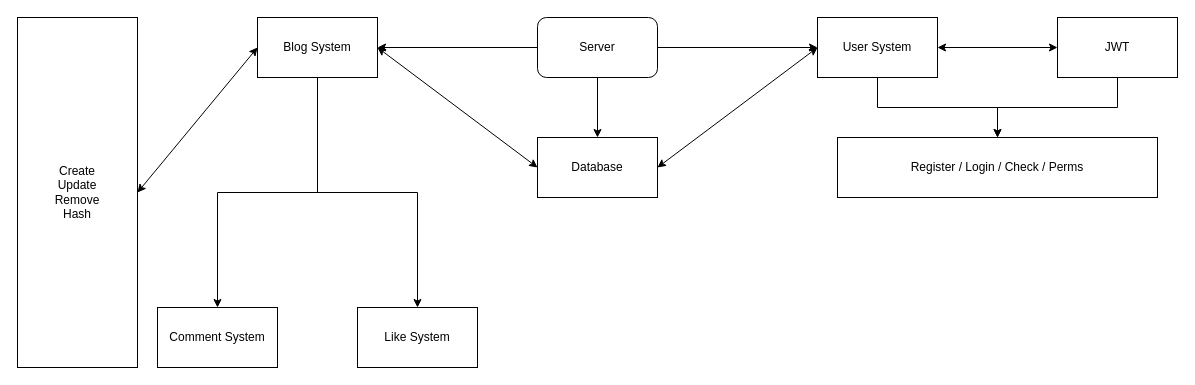
This is blogserversidediagram.drawio from elixxrades/valoranTR-server-side, a draw.io file, before an edit. Source tidied: cells renumbered, new cells numbered last; positions are measured from the earlier drawing's top-left corner, leaving out a move shared by most shapes. Both pictures are drawn from the tidied source at 100%, with x=0, y=0 at pixel (17, 17).
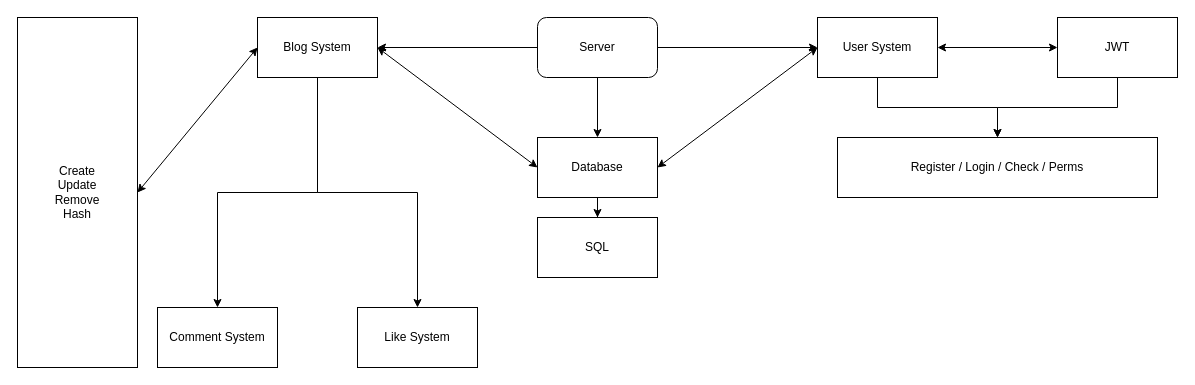
Above is the later version.

Unchanged cells that the change refers to:
```xml
<mxCell id="7" value="Database" style="whiteSpace=wrap;html=1;rounded=0;" parent="1" vertex="1">
  <mxGeometry x="520" y="120" width="120" height="60" as="geometry" />
</mxCell>
```

Diff of the diagram source:
```diff
@@
+    <mxCell id="22" style="edgeStyle=orthogonalEdgeStyle;rounded=0;jettySize=auto;html=1;" parent="1" edge="1" source="7" target="23">
+      <mxGeometry relative="1" as="geometry" />
+    </mxCell>
@@
+    <mxCell id="23" value="SQL" style="whiteSpace=wrap;html=1;rounded=0;" parent="1" vertex="1">
+      <mxGeometry x="520" y="200" width="120" height="60" as="geometry" />
+    </mxCell>
```
